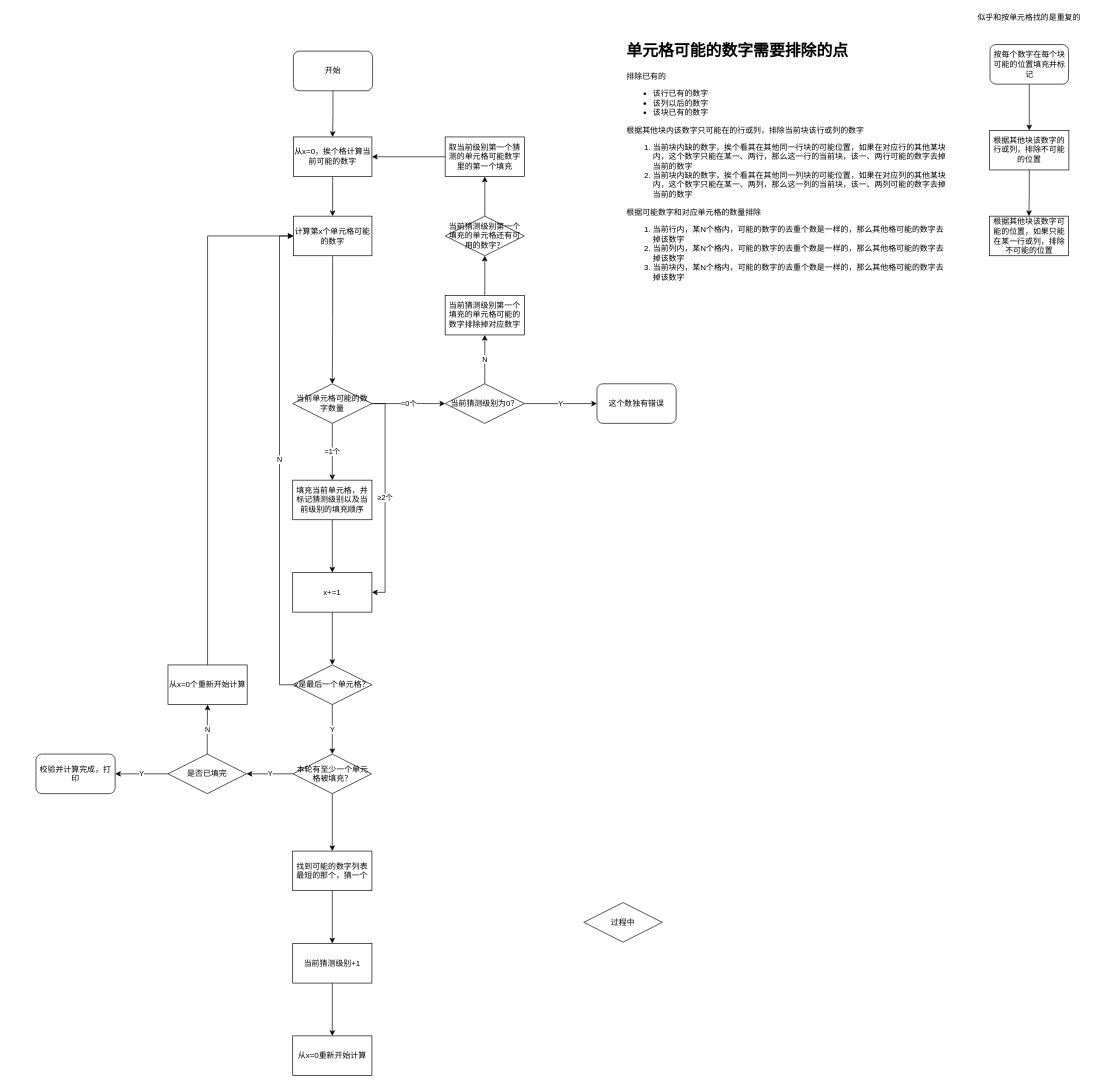
The draw.io diagram 计算流程.drawio in jarrod01/shudu, before the edit. Source tidied: cells renumbered, new cells numbered last; positions are measured from the earlier drawing's top-left corner, leaving out a move shared by most shapes. Both pictures are drawn from the tidied source at 66%, with x=0, y=0 at pixel (36, 11).
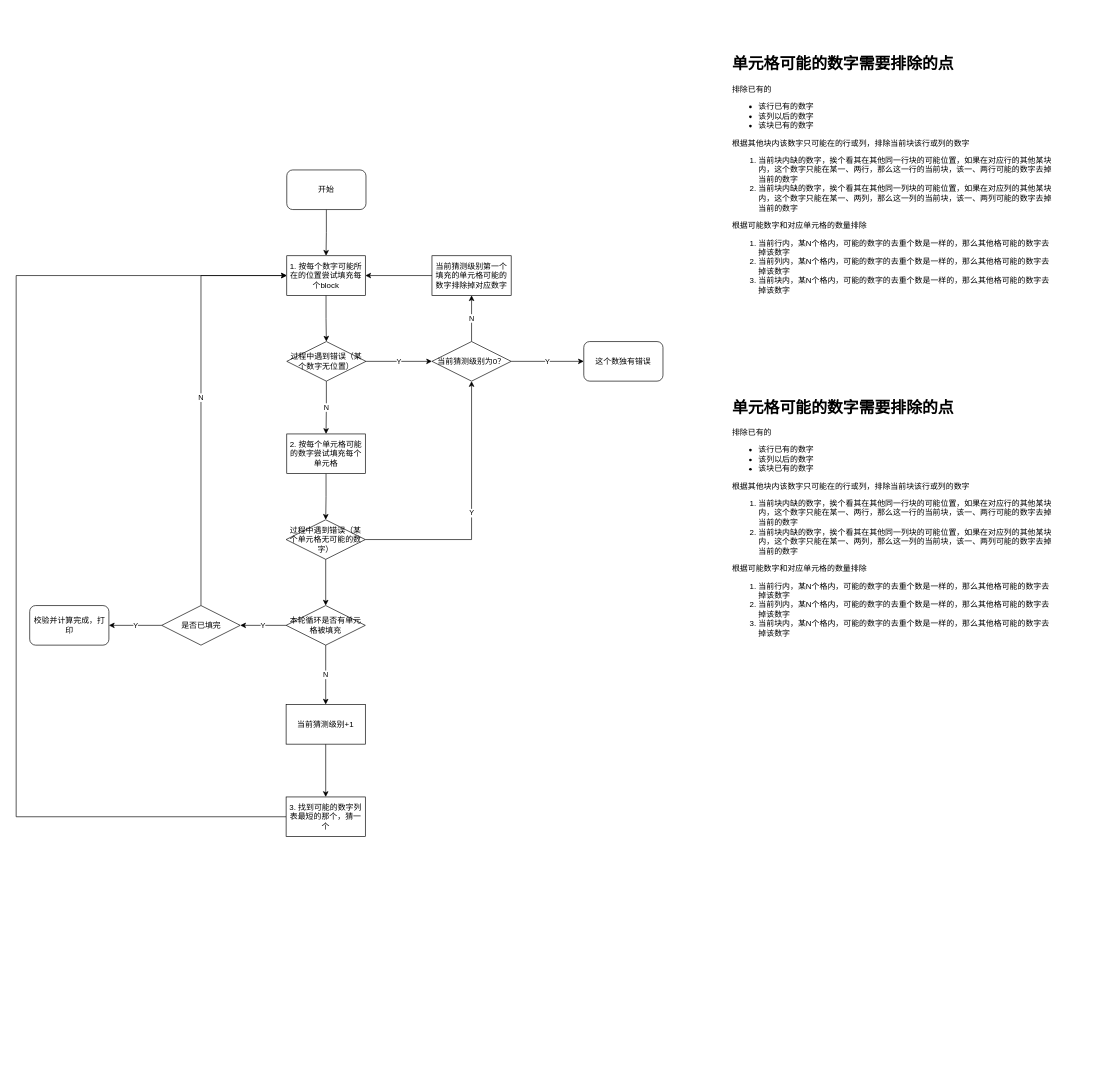
After the change.

The edit, as a diff of the source:
```diff
@@
-    <mxCell id="0" />
-    <mxCell id="1" parent="0" />
-    <mxCell id="2" style="edgeStyle=orthogonalEdgeStyle;rounded=0;jettySize=auto;html=1;entryX=0.5;entryY=0;entryDx=0;entryDy=0;" parent="1" edge="1" source="3" target="8">
-      <mxGeometry relative="1" as="geometry" />
-    </mxCell>
+    <mxCell id="51" />
+    <mxCell id="52" parent="51" />
+    <mxCell id="53" value="&lt;h1&gt;单元格可能的数字需要排除的点&lt;/h1&gt;&lt;div&gt;&lt;span&gt;排除已有的&lt;/span&gt;&lt;br&gt;&lt;ul&gt;&lt;li&gt;&lt;span&gt;该行已有的数字&lt;/span&gt;&lt;/li&gt;&lt;li&gt;&lt;span&gt;该列以后的数字&lt;/span&gt;&lt;/li&gt;&lt;li&gt;&lt;span&gt;该块已有的数字&lt;/span&gt;&lt;/li&gt;&lt;/ul&gt;根据其他块内该数字只可能在的行或列，排除当前块该行或列的数字&lt;br&gt;&lt;ol&gt;&lt;li&gt;当前块内缺的数字，挨个看其在其他同一行块的可能位置，如果在对应行的其他某块内，这个数字只能在某一、两行，那么这一行的当前块，该一、两行可能的数字去掉当前的数字&lt;/li&gt;&lt;li&gt;当前块内缺的数字，挨个看其在其他同一列块的可能位置，如果在对应列的其他某块内，这个数字只能在某一、两列，那么这一列的当前块，该一、两列可能的数字去掉当前的数字&lt;/li&gt;&lt;/ol&gt;根据可能数字和对应单元格的数量排除&lt;br&gt;&lt;ol&gt;&lt;li&gt;当前行内，某N个格内，可能的数字的去重个数是一样的，那么其他格可能的数字去掉该数字&lt;/li&gt;&lt;li&gt;当前列内，某N个格内，可能的数字的去重个数是一样的，那么其他格可能的数字去掉该数字&lt;/li&gt;&lt;li&gt;当前块内，某N个格内，可能的数字的去重个数是一样的，那么其他格可能的数字去掉该数字&lt;/li&gt;&lt;/ol&gt;&lt;div&gt;&lt;/div&gt;&lt;/div&gt;" style="text;html=1;strokeColor=none;fillColor=none;spacing=5;spacingTop=-20;whiteSpace=wrap;overflow=hidden;rounded=0;" parent="52" vertex="1">
+      <mxGeometry x="1050" y="60" width="500" height="400" as="geometry" />
+    </mxCell>
+    <mxCell id="54" style="edgeStyle=orthogonalEdgeStyle;rounded=0;jettySize=auto;html=1;entryX=0.5;entryY=0;entryDx=0;entryDy=0;" parent="52" edge="1" source="3" target="56">
+      <mxGeometry relative="1" as="geometry" />
+    </mxCell>
-    <mxCell id="3" value="开始" style="rounded=1;whiteSpace=wrap;html=1;" parent="1" vertex="1">
-      <mxGeometry x="390" y="60" width="120" height="60" as="geometry" />
+    <mxCell id="3" value="开始" style="rounded=1;whiteSpace=wrap;html=1;" parent="52" vertex="1">
+      <mxGeometry x="380" y="240" width="120" height="60" as="geometry" />
     </mxCell>
-    <mxCell id="4" value="Y" style="edgeStyle=orthogonalEdgeStyle;rounded=0;jettySize=auto;html=1;entryX=1;entryY=0.5;entryDx=0;entryDy=0;" parent="1" edge="1" source="6" target="47">
-      <mxGeometry relative="1" as="geometry" />
-    </mxCell>
-    <mxCell id="5" style="edgeStyle=orthogonalEdgeStyle;rounded=0;jettySize=auto;html=1;" parent="1" edge="1" source="6" target="10">
-      <mxGeometry relative="1" as="geometry" />
-    </mxCell>
-    <mxCell id="6" value="本轮有至少一个单元格被填充？" style="rhombus;whiteSpace=wrap;html=1;" parent="1" vertex="1">
-      <mxGeometry x="389.5" y="1125" width="119" height="60" as="geometry" />
-    </mxCell>
-    <mxCell id="7" style="edgeStyle=orthogonalEdgeStyle;rounded=0;jettySize=auto;html=1;exitX=0.5;exitY=1;exitDx=0;exitDy=0;entryX=0.5;entryY=0;entryDx=0;entryDy=0;" parent="1" edge="1" source="8" target="30">
-      <mxGeometry relative="1" as="geometry" />
-    </mxCell>
-    <mxCell id="8" value="从x=0，挨个格计算当前可能的数字" style="rounded=0;whiteSpace=wrap;html=1;" parent="1" vertex="1">
-      <mxGeometry x="390" y="190" width="119" height="60" as="geometry" />
-    </mxCell>
-    <mxCell id="9" style="edgeStyle=orthogonalEdgeStyle;rounded=0;jettySize=auto;html=1;" parent="1" edge="1" source="10" target="19">
-      <mxGeometry relative="1" as="geometry" />
-    </mxCell>
-    <mxCell id="10" value="找到可能的数字列表最短的那个，猜一个" style="rounded=0;whiteSpace=wrap;html=1;" parent="1" vertex="1">
-      <mxGeometry x="389" y="1272" width="120" height="60" as="geometry" />
-    </mxCell>
-    <mxCell id="11" style="edgeStyle=orthogonalEdgeStyle;rounded=0;jettySize=auto;html=1;entryX=0.5;entryY=0;entryDx=0;entryDy=0;" parent="1" edge="1" source="12" target="14">
-      <mxGeometry relative="1" as="geometry" />
-    </mxCell>
-    <mxCell id="12" value="按每个数字在每个块可能的位置填充并标记" style="rounded=1;whiteSpace=wrap;html=1;" parent="1" vertex="1">
-      <mxGeometry x="1445.5" y="50" width="119" height="60" as="geometry" />
-    </mxCell>
-    <mxCell id="13" style="edgeStyle=orthogonalEdgeStyle;rounded=0;jettySize=auto;html=1;entryX=0.5;entryY=0;entryDx=0;entryDy=0;" parent="1" edge="1" source="14" target="15">
-      <mxGeometry relative="1" as="geometry" />
-    </mxCell>
-    <mxCell id="14" value="根据其他块该数字的行或列，排除不可能的位置" style="rounded=0;whiteSpace=wrap;html=1;" parent="1" vertex="1">
-      <mxGeometry x="1445" y="180" width="120" height="60" as="geometry" />
-    </mxCell>
-    <mxCell id="15" value="根据其他块该数字可能的位置，如果只能在某一行或列，排除不可能的位置" style="rounded=0;whiteSpace=wrap;html=1;" parent="1" vertex="1">
-      <mxGeometry x="1444.5" y="310" width="120" height="60" as="geometry" />
-    </mxCell>
-    <mxCell id="16" value="似乎和按单元格找的是重复的" style="text;html=1;strokeColor=none;fillColor=none;align=center;verticalAlign=middle;whiteSpace=wrap;rounded=0;" parent="1" vertex="1">
-      <mxGeometry x="1410" width="190" height="20" as="geometry" />
-    </mxCell>
-    <mxCell id="17" value="&lt;h1&gt;单元格可能的数字需要排除的点&lt;/h1&gt;&lt;div&gt;&lt;span&gt;排除已有的&lt;/span&gt;&lt;br&gt;&lt;ul&gt;&lt;li&gt;&lt;span&gt;该行已有的数字&lt;/span&gt;&lt;/li&gt;&lt;li&gt;&lt;span&gt;该列以后的数字&lt;/span&gt;&lt;/li&gt;&lt;li&gt;&lt;span&gt;该块已有的数字&lt;/span&gt;&lt;/li&gt;&lt;/ul&gt;根据其他块内该数字只可能在的行或列，排除当前块该行或列的数字&lt;br&gt;&lt;ol&gt;&lt;li&gt;当前块内缺的数字，挨个看其在其他同一行块的可能位置，如果在对应行的其他某块内，这个数字只能在某一、两行，那么这一行的当前块，该一、两行可能的数字去掉当前的数字&lt;/li&gt;&lt;li&gt;当前块内缺的数字，挨个看其在其他同一列块的可能位置，如果在对应列的其他某块内，这个数字只能在某一、两列，那么这一列的当前块，该一、两列可能的数字去掉当前的数字&lt;/li&gt;&lt;/ol&gt;根据可能数字和对应单元格的数量排除&lt;br&gt;&lt;ol&gt;&lt;li&gt;当前行内，某N个格内，可能的数字的去重个数是一样的，那么其他格可能的数字去掉该数字&lt;/li&gt;&lt;li&gt;当前列内，某N个格内，可能的数字的去重个数是一样的，那么其他格可能的数字去掉该数字&lt;/li&gt;&lt;li&gt;当前块内，某N个格内，可能的数字的去重个数是一样的，那么其他格可能的数字去掉该数字&lt;/li&gt;&lt;/ol&gt;&lt;div&gt;&lt;/div&gt;&lt;/div&gt;" style="text;html=1;strokeColor=none;fillColor=none;spacing=5;spacingTop=-20;whiteSpace=wrap;overflow=hidden;rounded=0;" parent="1" vertex="1">
-      <mxGeometry x="890" y="40" width="500" height="400" as="geometry" />
-    </mxCell>
-    <mxCell id="18" style="edgeStyle=orthogonalEdgeStyle;rounded=0;jettySize=auto;html=1;entryX=0.5;entryY=0;entryDx=0;entryDy=0;" parent="1" edge="1" source="19" target="20">
-      <mxGeometry relative="1" as="geometry" />
-    </mxCell>
-    <mxCell id="19" value="当前猜测级别+1" style="rounded=0;whiteSpace=wrap;html=1;" parent="1" vertex="1">
-      <mxGeometry x="389" y="1412" width="120" height="60" as="geometry" />
-    </mxCell>
-    <mxCell id="20" value="从x=0重新开始计算" style="rounded=0;whiteSpace=wrap;html=1;" parent="1" vertex="1">
-      <mxGeometry x="389" y="1552" width="120" height="60" as="geometry" />
-    </mxCell>
-    <mxCell id="21" value="过程中" style="rhombus;whiteSpace=wrap;html=1;" parent="1" vertex="1">
-      <mxGeometry x="830" y="1350" width="119" height="60" as="geometry" />
-    </mxCell>
-    <mxCell id="22" style="edgeStyle=orthogonalEdgeStyle;rounded=0;jettySize=auto;html=1;entryX=0.5;entryY=0;entryDx=0;entryDy=0;exitX=0.5;exitY=1;exitDx=0;exitDy=0;startArrow=none;" parent="1" edge="1" source="41" target="28">
-      <mxGeometry relative="1" as="geometry" />
-    </mxCell>
-    <mxCell id="23" value="=1个" style="edgeStyle=orthogonalEdgeStyle;rounded=0;jettySize=auto;html=1;" parent="1" edge="1" source="26">
-      <mxGeometry relative="1" as="geometry">
-        <mxPoint x="449" y="710" as="targetPoint" />
-      </mxGeometry>
-    </mxCell>
-    <mxCell id="24" value="=0个" style="edgeStyle=orthogonalEdgeStyle;rounded=0;jettySize=auto;html=1;entryX=0;entryY=0.5;entryDx=0;entryDy=0;" parent="1" edge="1" source="26" target="33">
-      <mxGeometry relative="1" as="geometry" />
-    </mxCell>
-    <mxCell id="25" value="≥2个" style="edgeStyle=orthogonalEdgeStyle;rounded=0;jettySize=auto;html=1;entryX=1;entryY=0.5;entryDx=0;entryDy=0;exitX=1;exitY=0.5;exitDx=0;exitDy=0;" parent="1" edge="1" source="26" target="28">
-      <mxGeometry relative="1" as="geometry" />
-    </mxCell>
-    <mxCell id="26" value="当前单元格可能的数字数量" style="rhombus;whiteSpace=wrap;html=1;" parent="1" vertex="1">
-      <mxGeometry x="389" y="564" width="120" height="60" as="geometry" />
-    </mxCell>
-    <mxCell id="27" style="edgeStyle=orthogonalEdgeStyle;rounded=0;jettySize=auto;html=1;entryX=0.5;entryY=0;entryDx=0;entryDy=0;" parent="1" edge="1" source="28" target="44">
-      <mxGeometry relative="1" as="geometry" />
-    </mxCell>
-    <mxCell id="28" value="x+=1" style="rounded=0;whiteSpace=wrap;html=1;" parent="1" vertex="1">
-      <mxGeometry x="389" y="850" width="120" height="60" as="geometry" />
-    </mxCell>
-    <mxCell id="29" style="edgeStyle=orthogonalEdgeStyle;rounded=0;jettySize=auto;html=1;" parent="1" edge="1" source="30" target="26">
-      <mxGeometry relative="1" as="geometry" />
-    </mxCell>
-    <mxCell id="30" value="计算第x个单元格可能的数字" style="rounded=0;whiteSpace=wrap;html=1;" parent="1" vertex="1">
-      <mxGeometry x="390" y="310" width="119" height="60" as="geometry" />
-    </mxCell>
+    <mxCell id="55" style="edgeStyle=orthogonalEdgeStyle;rounded=0;jettySize=auto;html=1;entryX=0.5;entryY=0;entryDx=0;entryDy=0;" parent="52" edge="1" source="56" target="59">
+      <mxGeometry relative="1" as="geometry" />
+    </mxCell>
+    <mxCell id="56" value="1. 按每个数字可能所在的位置尝试填充每个block" style="rounded=0;whiteSpace=wrap;html=1;" parent="52" vertex="1">
+      <mxGeometry x="380" y="370" width="119" height="60" as="geometry" />
+    </mxCell>
+    <mxCell id="57" value="Y" style="edgeStyle=orthogonalEdgeStyle;rounded=0;jettySize=auto;html=1;" parent="52" edge="1" source="59" target="33">
+      <mxGeometry relative="1" as="geometry" />
+    </mxCell>
+    <mxCell id="58" value="N" style="edgeStyle=orthogonalEdgeStyle;rounded=0;jettySize=auto;html=1;" parent="52" edge="1" source="59" target="62">
+      <mxGeometry relative="1" as="geometry" />
+    </mxCell>
+    <mxCell id="59" value="过程中遇到错误（某个数字无位置）" style="rhombus;whiteSpace=wrap;html=1;" parent="52" vertex="1">
+      <mxGeometry x="380" y="500" width="120" height="60" as="geometry" />
+    </mxCell>
-    <mxCell id="31" value="Y" style="edgeStyle=orthogonalEdgeStyle;rounded=0;jettySize=auto;html=1;exitX=1;exitY=0.5;exitDx=0;exitDy=0;entryX=0;entryY=0.5;entryDx=0;entryDy=0;" parent="1" edge="1" source="33" target="34">
+    <mxCell id="31" value="Y" style="edgeStyle=orthogonalEdgeStyle;rounded=0;jettySize=auto;html=1;entryX=0;entryY=0.5;entryDx=0;entryDy=0;" parent="52" edge="1" source="33" target="34">
       <mxGeometry relative="1" as="geometry" />
     </mxCell>
-    <mxCell id="32" value="N" style="edgeStyle=orthogonalEdgeStyle;rounded=0;jettySize=auto;html=1;" parent="1" edge="1" source="33" target="36">
-      <mxGeometry relative="1" as="geometry" />
-    </mxCell>
+    <mxCell id="46" value="N" style="edgeStyle=orthogonalEdgeStyle;rounded=0;jettySize=auto;html=1;entryX=0.5;entryY=1;entryDx=0;entryDy=0;" parent="52" edge="1" source="33" target="36">
+      <mxGeometry relative="1" as="geometry" />
+    </mxCell>
-    <mxCell id="33" value="当前猜测级别为0？" style="rhombus;whiteSpace=wrap;html=1;" parent="1" vertex="1">
-      <mxGeometry x="620" y="564" width="120" height="60" as="geometry" />
+    <mxCell id="33" value="当前猜测级别为0？" style="rhombus;whiteSpace=wrap;html=1;" parent="52" vertex="1">
+      <mxGeometry x="600" y="500" width="120" height="60" as="geometry" />
     </mxCell>
-    <mxCell id="34" value="这个数独有错误" style="rounded=1;whiteSpace=wrap;html=1;" parent="1" vertex="1">
-      <mxGeometry x="850" y="564" width="120" height="60" as="geometry" />
+    <mxCell id="34" value="这个数独有错误" style="rounded=1;whiteSpace=wrap;html=1;" parent="52" vertex="1">
+      <mxGeometry x="830" y="500" width="120" height="60" as="geometry" />
     </mxCell>
-    <mxCell id="35" style="edgeStyle=orthogonalEdgeStyle;rounded=0;jettySize=auto;html=1;entryX=0.5;entryY=1;entryDx=0;entryDy=0;" parent="1" edge="1" source="36" target="38">
-      <mxGeometry relative="1" as="geometry" />
-    </mxCell>
+    <mxCell id="60" style="edgeStyle=orthogonalEdgeStyle;rounded=0;jettySize=auto;html=1;entryX=1;entryY=0.5;entryDx=0;entryDy=0;" parent="52" edge="1" source="36" target="56">
+      <mxGeometry relative="1" as="geometry" />
+    </mxCell>
-    <mxCell id="36" value="当前猜测级别第一个填充的单元格可能的数字排除掉对应数字" style="rounded=0;whiteSpace=wrap;html=1;" parent="1" vertex="1">
-      <mxGeometry x="620" y="430" width="120" height="60" as="geometry" />
+    <mxCell id="36" value="当前猜测级别第一个填充的单元格可能的数字排除掉对应数字" style="rounded=0;whiteSpace=wrap;html=1;" parent="52" vertex="1">
+      <mxGeometry x="600" y="370" width="120" height="60" as="geometry" />
     </mxCell>
-    <mxCell id="37" style="edgeStyle=orthogonalEdgeStyle;rounded=0;jettySize=auto;html=1;entryX=0.5;entryY=1;entryDx=0;entryDy=0;" parent="1" edge="1" source="38" target="40">
-      <mxGeometry relative="1" as="geometry" />
-    </mxCell>
-    <mxCell id="38" value="当前猜测级别第一个填充的单元格还有可用的数字？" style="rhombus;whiteSpace=wrap;html=1;" parent="1" vertex="1">
-      <mxGeometry x="620" y="310" width="120" height="60" as="geometry" />
-    </mxCell>
-    <mxCell id="39" style="edgeStyle=orthogonalEdgeStyle;rounded=0;jettySize=auto;html=1;entryX=1;entryY=0.5;entryDx=0;entryDy=0;" parent="1" edge="1" source="40" target="8">
-      <mxGeometry relative="1" as="geometry" />
-    </mxCell>
-    <mxCell id="40" value="取当前级别第一个猜测的单元格可能数字里的第一个填充" style="rounded=0;whiteSpace=wrap;html=1;" parent="1" vertex="1">
-      <mxGeometry x="620" y="190" width="120" height="60" as="geometry" />
-    </mxCell>
-    <mxCell id="41" value="填充当前单元格，并标记猜测级别以及当前级别的填充顺序" style="rounded=0;whiteSpace=wrap;html=1;" parent="1" vertex="1">
-      <mxGeometry x="389" y="710" width="120" height="60" as="geometry" />
-    </mxCell>
-    <mxCell id="42" value="N" style="edgeStyle=orthogonalEdgeStyle;rounded=0;jettySize=auto;html=1;entryX=0;entryY=0.5;entryDx=0;entryDy=0;exitX=0;exitY=0.5;exitDx=0;exitDy=0;" parent="1" edge="1" source="44" target="30">
-      <mxGeometry relative="1" as="geometry" />
-    </mxCell>
-    <mxCell id="43" value="Y" style="edgeStyle=orthogonalEdgeStyle;rounded=0;jettySize=auto;html=1;entryX=0.5;entryY=0;entryDx=0;entryDy=0;" parent="1" edge="1" source="44" target="6">
-      <mxGeometry relative="1" as="geometry" />
-    </mxCell>
-    <mxCell id="44" value="x是最后一个单元格？" style="rhombus;whiteSpace=wrap;html=1;" parent="1" vertex="1">
-      <mxGeometry x="389" y="990" width="120" height="60" as="geometry" />
-    </mxCell>
+    <mxCell id="61" style="edgeStyle=orthogonalEdgeStyle;rounded=0;jettySize=auto;html=1;entryX=0.5;entryY=0;entryDx=0;entryDy=0;" parent="52" edge="1" source="62" target="65">
+      <mxGeometry relative="1" as="geometry" />
+    </mxCell>
+    <mxCell id="62" value="2. 按每个单元格可能的数字尝试填充每个单元格" style="rounded=0;whiteSpace=wrap;html=1;" parent="52" vertex="1">
+      <mxGeometry x="380" y="640" width="119" height="60" as="geometry" />
+    </mxCell>
+    <mxCell id="63" value="Y" style="edgeStyle=orthogonalEdgeStyle;rounded=0;jettySize=auto;html=1;entryX=0.5;entryY=1;entryDx=0;entryDy=0;" parent="52" edge="1" source="65" target="33">
+      <mxGeometry relative="1" as="geometry" />
+    </mxCell>
+    <mxCell id="64" style="edgeStyle=orthogonalEdgeStyle;rounded=0;jettySize=auto;html=1;exitX=0.5;exitY=1;exitDx=0;exitDy=0;" parent="52" edge="1" source="65" target="67">
+      <mxGeometry relative="1" as="geometry" />
+    </mxCell>
+    <mxCell id="65" value="过程中遇到错误（某个单元格无可能的数字）" style="rhombus;whiteSpace=wrap;html=1;" parent="52" vertex="1">
+      <mxGeometry x="379" y="770" width="120" height="60" as="geometry" />
+    </mxCell>
+    <mxCell id="66" value="N" style="edgeStyle=orthogonalEdgeStyle;rounded=0;jettySize=auto;html=1;" parent="52" edge="1" source="67" target="19">
+      <mxGeometry relative="1" as="geometry" />
+    </mxCell>
+    <mxCell id="67" value="本轮循环是否有单元格被填充" style="rhombus;whiteSpace=wrap;html=1;" parent="52" vertex="1">
+      <mxGeometry x="379" y="900" width="120" height="60" as="geometry" />
+    </mxCell>
+    <mxCell id="4" value="Y" style="edgeStyle=orthogonalEdgeStyle;rounded=0;jettySize=auto;html=1;entryX=1;entryY=0.5;entryDx=0;entryDy=0;" parent="52" edge="1" source="67" target="47">
+      <mxGeometry relative="1" as="geometry" />
+    </mxCell>
-    <mxCell id="45" value="Y" style="edgeStyle=orthogonalEdgeStyle;rounded=0;jettySize=auto;html=1;" parent="1" edge="1" source="47" target="48">
+    <mxCell id="45" value="Y" style="edgeStyle=orthogonalEdgeStyle;rounded=0;jettySize=auto;html=1;" parent="52" edge="1" source="47" target="48">
       <mxGeometry relative="1" as="geometry" />
     </mxCell>
-    <mxCell id="46" value="N" style="edgeStyle=orthogonalEdgeStyle;rounded=0;jettySize=auto;html=1;entryX=0.5;entryY=1;entryDx=0;entryDy=0;" parent="1" edge="1" source="47" target="50">
-      <mxGeometry relative="1" as="geometry" />
-    </mxCell>
+    <mxCell id="68" value="N" style="edgeStyle=orthogonalEdgeStyle;rounded=0;jettySize=auto;html=1;entryX=0;entryY=0.5;entryDx=0;entryDy=0;exitX=0.5;exitY=0;exitDx=0;exitDy=0;" parent="52" edge="1" source="47" target="56">
+      <mxGeometry relative="1" as="geometry" />
+    </mxCell>
-    <mxCell id="47" value="是否已填完" style="rhombus;whiteSpace=wrap;html=1;" parent="1" vertex="1">
-      <mxGeometry x="200" y="1125" width="119" height="60" as="geometry" />
+    <mxCell id="47" value="是否已填完" style="rhombus;whiteSpace=wrap;html=1;" parent="52" vertex="1">
+      <mxGeometry x="190.5" y="900" width="119" height="60" as="geometry" />
     </mxCell>
-    <mxCell id="48" value="校验并计算完成，打印" style="rounded=1;whiteSpace=wrap;html=1;" parent="1" vertex="1">
-      <mxGeometry y="1125" width="120" height="60" as="geometry" />
+    <mxCell id="48" value="校验并计算完成，打印" style="rounded=1;whiteSpace=wrap;html=1;" parent="52" vertex="1">
+      <mxGeometry x="-9.5" y="900" width="120" height="60" as="geometry" />
     </mxCell>
-    <mxCell id="49" style="edgeStyle=orthogonalEdgeStyle;rounded=0;jettySize=auto;html=1;entryX=0;entryY=0.5;entryDx=0;entryDy=0;exitX=0.5;exitY=0;exitDx=0;exitDy=0;" parent="1" edge="1" source="50" target="30">
-      <mxGeometry relative="1" as="geometry" />
-    </mxCell>
-    <mxCell id="50" value="从x=0个重新开始计算" style="rounded=0;whiteSpace=wrap;html=1;" parent="1" vertex="1">
-      <mxGeometry x="200" y="990" width="120" height="60" as="geometry" />
-    </mxCell>
+    <mxCell id="69" style="edgeStyle=orthogonalEdgeStyle;rounded=0;jettySize=auto;html=1;" parent="52" edge="1" source="19" target="71">
+      <mxGeometry relative="1" as="geometry" />
+    </mxCell>
+    <mxCell id="19" value="当前猜测级别+1" style="rounded=0;whiteSpace=wrap;html=1;" parent="52" vertex="1">
+      <mxGeometry x="379" y="1050" width="120" height="60" as="geometry" />
+    </mxCell>
+    <mxCell id="70" style="edgeStyle=orthogonalEdgeStyle;rounded=0;jettySize=auto;html=1;entryX=0;entryY=0.5;entryDx=0;entryDy=0;exitX=0;exitY=0.5;exitDx=0;exitDy=0;shadow=0;sketch=0;jumpStyle=arc;" parent="52" edge="1" source="71" target="56">
+      <mxGeometry relative="1" as="geometry">
+        <Array as="points">
+          <mxPoint x="-30" y="1220" />
+          <mxPoint x="-30" y="400" />
+        </Array>
+      </mxGeometry>
+    </mxCell>
+    <mxCell id="71" value="3. 找到可能的数字列表最短的那个，猜一个" style="rounded=0;whiteSpace=wrap;html=1;" parent="52" vertex="1">
+      <mxGeometry x="379" y="1190" width="120" height="60" as="geometry" />
+    </mxCell>
+    <mxCell id="72" value="&lt;h1&gt;单元格可能的数字需要排除的点&lt;/h1&gt;&lt;div&gt;&lt;span&gt;排除已有的&lt;/span&gt;&lt;br&gt;&lt;ul&gt;&lt;li&gt;&lt;span&gt;该行已有的数字&lt;/span&gt;&lt;/li&gt;&lt;li&gt;&lt;span&gt;该列以后的数字&lt;/span&gt;&lt;/li&gt;&lt;li&gt;&lt;span&gt;该块已有的数字&lt;/span&gt;&lt;/li&gt;&lt;/ul&gt;根据其他块内该数字只可能在的行或列，排除当前块该行或列的数字&lt;br&gt;&lt;ol&gt;&lt;li&gt;当前块内缺的数字，挨个看其在其他同一行块的可能位置，如果在对应行的其他某块内，这个数字只能在某一、两行，那么这一行的当前块，该一、两行可能的数字去掉当前的数字&lt;/li&gt;&lt;li&gt;当前块内缺的数字，挨个看其在其他同一列块的可能位置，如果在对应列的其他某块内，这个数字只能在某一、两列，那么这一列的当前块，该一、两列可能的数字去掉当前的数字&lt;/li&gt;&lt;/ol&gt;根据可能数字和对应单元格的数量排除&lt;br&gt;&lt;ol&gt;&lt;li&gt;当前行内，某N个格内，可能的数字的去重个数是一样的，那么其他格可能的数字去掉该数字&lt;/li&gt;&lt;li&gt;当前列内，某N个格内，可能的数字的去重个数是一样的，那么其他格可能的数字去掉该数字&lt;/li&gt;&lt;li&gt;当前块内，某N个格内，可能的数字的去重个数是一样的，那么其他格可能的数字去掉该数字&lt;/li&gt;&lt;/ol&gt;&lt;div&gt;&lt;/div&gt;&lt;/div&gt;" style="text;html=1;strokeColor=none;fillColor=none;spacing=5;spacingTop=-20;whiteSpace=wrap;overflow=hidden;rounded=0;" parent="52" vertex="1">
+      <mxGeometry x="1050" y="580" width="500" height="400" as="geometry" />
+    </mxCell>
```
